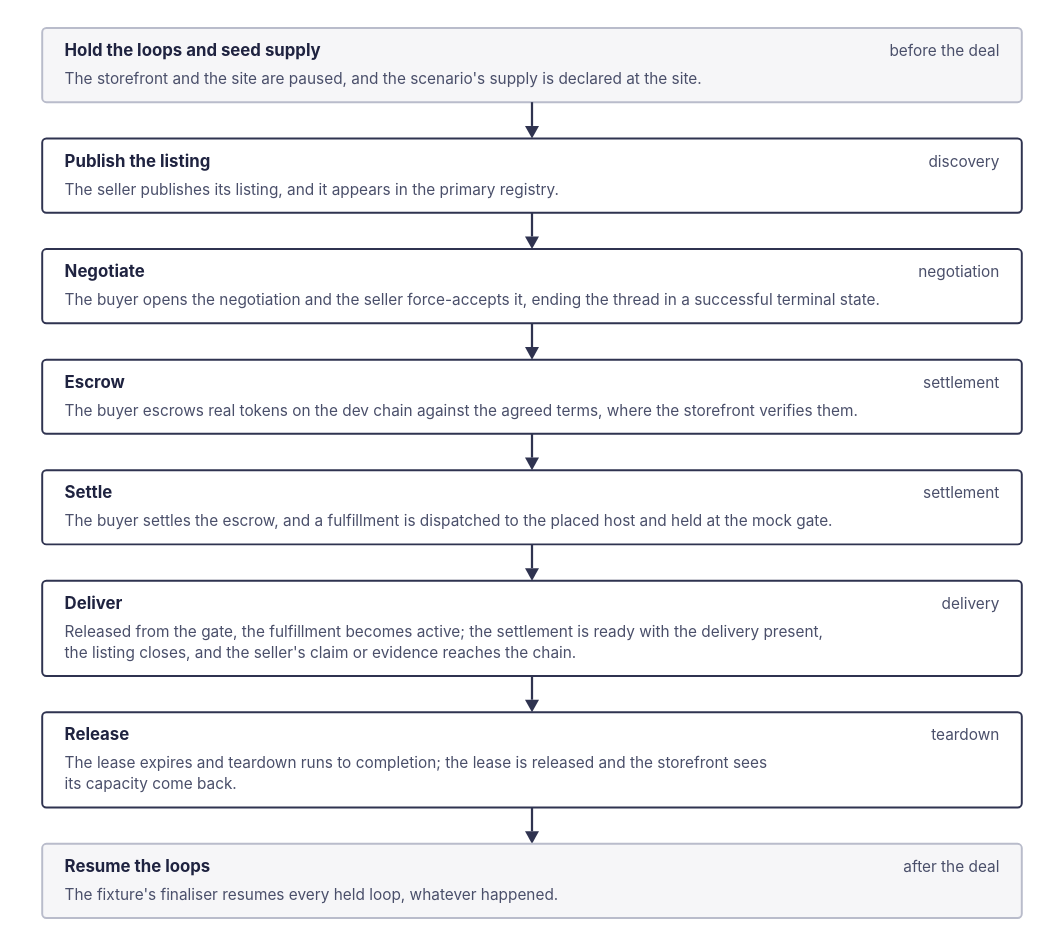
This is docs/development/diagrams/e2e-compute-deal.svg from arkhai-io/simple-compute-market, a draw.io export, as it was before one commit. Source tidied: cells renumbered, new cells last; positions are measured from the earlier drawing's top-left corner, leaving out a move shared by most shapes. The source it was exported from:
```xml
<mxGraphModel>
  <root>
    <mxCell id="0" />
    <mxCell id="1" parent="0" />
    <mxCell id="2" style="rounded=1;arcSize=6;whiteSpace=wrap;html=1;fillColor=#f6f6f8;strokeColor=#b9bccb;strokeWidth=1.4;dashed=0;" parent="1" vertex="1">
      <mxGeometry width="700" height="53" as="geometry" />
    </mxCell>
    <mxCell id="3" value="Hold the loops and seed supply" style="text;html=1;align=left;verticalAlign=middle;whiteSpace=nowrap;fontSize=12;fontColor=#1f2340;fontStyle=1;fontFamily=Helvetica;" parent="1" vertex="1">
      <mxGeometry x="16" y="8" width="235.2" height="18" as="geometry" />
    </mxCell>
    <mxCell id="4" value="before the deal" style="text;html=1;align=right;verticalAlign=middle;whiteSpace=nowrap;fontSize=11;fontColor=#4a4f6a;fontStyle=0;fontFamily=Helvetica;" parent="1" vertex="1">
      <mxGeometry x="569.7" y="9" width="114.3" height="17" as="geometry" />
    </mxCell>
    <mxCell id="5" value="The storefront and the site are paused, and the scenario's supply is declared at the site." style="text;html=1;align=left;verticalAlign=middle;whiteSpace=nowrap;fontSize=11;fontColor=#4a4f6a;fontStyle=0;fontFamily=Helvetica;" parent="1" vertex="1">
      <mxGeometry x="16" y="29" width="625.8" height="17" as="geometry" />
    </mxCell>
    <mxCell id="6" style="endArrow=block;endFill=1;strokeColor=#2f3350;strokeWidth=1.6;html=1;dashed=0;" parent="1" edge="1">
      <mxGeometry relative="1" as="geometry">
        <mxPoint x="350" y="53" as="sourcePoint" />
        <mxPoint x="350" y="79" as="targetPoint" />
      </mxGeometry>
    </mxCell>
    <mxCell id="7" style="rounded=1;arcSize=6;whiteSpace=wrap;html=1;fillColor=#ffffff;strokeColor=#2f3350;strokeWidth=1.4;dashed=0;" parent="1" vertex="1">
      <mxGeometry y="79" width="700" height="53" as="geometry" />
    </mxCell>
    <mxCell id="8" value="Publish the listing" style="text;html=1;align=left;verticalAlign=middle;whiteSpace=nowrap;fontSize=12;fontColor=#1f2340;fontStyle=1;fontFamily=Helvetica;" parent="1" vertex="1">
      <mxGeometry x="16" y="87" width="153.4" height="18" as="geometry" />
    </mxCell>
    <mxCell id="9" value="discovery" style="text;html=1;align=right;verticalAlign=middle;whiteSpace=nowrap;fontSize=11;fontColor=#4a4f6a;fontStyle=0;fontFamily=Helvetica;" parent="1" vertex="1">
      <mxGeometry x="610.6" y="88" width="73.4" height="17" as="geometry" />
    </mxCell>
    <mxCell id="10" value="The seller publishes its listing, and it appears in the primary registry." style="text;html=1;align=left;verticalAlign=middle;whiteSpace=nowrap;fontSize=11;fontColor=#4a4f6a;fontStyle=0;fontFamily=Helvetica;" parent="1" vertex="1">
      <mxGeometry x="16" y="108" width="509.9" height="17" as="geometry" />
    </mxCell>
    <mxCell id="11" style="endArrow=block;endFill=1;strokeColor=#2f3350;strokeWidth=1.6;html=1;dashed=0;" parent="1" edge="1">
      <mxGeometry relative="1" as="geometry">
        <mxPoint x="350" y="132" as="sourcePoint" />
        <mxPoint x="350" y="158" as="targetPoint" />
      </mxGeometry>
    </mxCell>
    <mxCell id="12" style="rounded=1;arcSize=6;whiteSpace=wrap;html=1;fillColor=#ffffff;strokeColor=#2f3350;strokeWidth=1.4;dashed=0;" parent="1" vertex="1">
      <mxGeometry y="158" width="700" height="53" as="geometry" />
    </mxCell>
    <mxCell id="13" value="Negotiate" style="text;html=1;align=left;verticalAlign=middle;whiteSpace=nowrap;fontSize=12;fontColor=#1f2340;fontStyle=1;fontFamily=Helvetica;" parent="1" vertex="1">
      <mxGeometry x="16" y="166" width="79" height="18" as="geometry" />
    </mxCell>
    <mxCell id="14" value="negotiation" style="text;html=1;align=right;verticalAlign=middle;whiteSpace=nowrap;fontSize=11;fontColor=#4a4f6a;fontStyle=0;fontFamily=Helvetica;" parent="1" vertex="1">
      <mxGeometry x="597" y="167" width="87" height="17" as="geometry" />
    </mxCell>
    <mxCell id="15" value="The buyer opens the negotiation and the seller force-accepts it, ending the thread in a successful terminal state." style="text;html=1;align=left;verticalAlign=middle;whiteSpace=nowrap;fontSize=11;fontColor=#4a4f6a;fontStyle=0;fontFamily=Helvetica;" parent="1" vertex="1">
      <mxGeometry x="16" y="187" width="789.5" height="17" as="geometry" />
    </mxCell>
    <mxCell id="16" style="endArrow=block;endFill=1;strokeColor=#2f3350;strokeWidth=1.6;html=1;dashed=0;" parent="1" edge="1">
      <mxGeometry relative="1" as="geometry">
        <mxPoint x="350" y="211" as="sourcePoint" />
        <mxPoint x="350" y="237" as="targetPoint" />
      </mxGeometry>
    </mxCell>
    <mxCell id="17" style="rounded=1;arcSize=6;whiteSpace=wrap;html=1;fillColor=#ffffff;strokeColor=#2f3350;strokeWidth=1.4;dashed=0;" parent="1" vertex="1">
      <mxGeometry y="237" width="700" height="53" as="geometry" />
    </mxCell>
    <mxCell id="18" value="Escrow" style="text;html=1;align=left;verticalAlign=middle;whiteSpace=nowrap;fontSize=12;fontColor=#1f2340;fontStyle=1;fontFamily=Helvetica;" parent="1" vertex="1">
      <mxGeometry x="16" y="245" width="56.6" height="18" as="geometry" />
    </mxCell>
    <mxCell id="19" value="settlement" style="text;html=1;align=right;verticalAlign=middle;whiteSpace=nowrap;fontSize=11;fontColor=#4a4f6a;fontStyle=0;fontFamily=Helvetica;" parent="1" vertex="1">
      <mxGeometry x="603.8" y="246" width="80.2" height="17" as="geometry" />
    </mxCell>
    <mxCell id="20" value="The buyer escrows real tokens on the dev chain against the agreed terms, where the storefront verifies them." style="text;html=1;align=left;verticalAlign=middle;whiteSpace=nowrap;fontSize=11;fontColor=#4a4f6a;fontStyle=0;fontFamily=Helvetica;" parent="1" vertex="1">
      <mxGeometry x="16" y="266" width="748.6" height="17" as="geometry" />
    </mxCell>
    <mxCell id="21" style="endArrow=block;endFill=1;strokeColor=#2f3350;strokeWidth=1.6;html=1;dashed=0;" parent="1" edge="1">
      <mxGeometry relative="1" as="geometry">
        <mxPoint x="350" y="290" as="sourcePoint" />
        <mxPoint x="350" y="316" as="targetPoint" />
      </mxGeometry>
    </mxCell>
    <mxCell id="22" style="rounded=1;arcSize=6;whiteSpace=wrap;html=1;fillColor=#ffffff;strokeColor=#2f3350;strokeWidth=1.4;dashed=0;" parent="1" vertex="1">
      <mxGeometry y="316" width="700" height="53" as="geometry" />
    </mxCell>
    <mxCell id="23" value="Settle" style="text;html=1;align=left;verticalAlign=middle;whiteSpace=nowrap;fontSize=12;fontColor=#1f2340;fontStyle=1;fontFamily=Helvetica;" parent="1" vertex="1">
      <mxGeometry x="16" y="324" width="56.6" height="18" as="geometry" />
    </mxCell>
    <mxCell id="24" value="settlement" style="text;html=1;align=right;verticalAlign=middle;whiteSpace=nowrap;fontSize=11;fontColor=#4a4f6a;fontStyle=0;fontFamily=Helvetica;" parent="1" vertex="1">
      <mxGeometry x="603.8" y="325" width="80.2" height="17" as="geometry" />
    </mxCell>
    <mxCell id="25" value="The buyer settles the escrow, and a fulfillment is dispatched to the placed host and held at the mock gate." style="text;html=1;align=left;verticalAlign=middle;whiteSpace=nowrap;fontSize=11;fontColor=#4a4f6a;fontStyle=0;fontFamily=Helvetica;" parent="1" vertex="1">
      <mxGeometry x="16" y="345" width="741.7" height="17" as="geometry" />
    </mxCell>
    <mxCell id="26" style="endArrow=block;endFill=1;strokeColor=#2f3350;strokeWidth=1.6;html=1;dashed=0;" parent="1" edge="1">
      <mxGeometry relative="1" as="geometry">
        <mxPoint x="350" y="369" as="sourcePoint" />
        <mxPoint x="350" y="395" as="targetPoint" />
      </mxGeometry>
    </mxCell>
    <mxCell id="27" style="rounded=1;arcSize=6;whiteSpace=wrap;html=1;fillColor=#ffffff;strokeColor=#2f3350;strokeWidth=1.4;dashed=0;" parent="1" vertex="1">
      <mxGeometry y="395" width="700" height="68" as="geometry" />
    </mxCell>
    <mxCell id="28" value="Deliver" style="text;html=1;align=left;verticalAlign=middle;whiteSpace=nowrap;fontSize=12;fontColor=#1f2340;fontStyle=1;fontFamily=Helvetica;" parent="1" vertex="1">
      <mxGeometry x="16" y="403" width="64.1" height="18" as="geometry" />
    </mxCell>
    <mxCell id="29" value="delivery" style="text;html=1;align=right;verticalAlign=middle;whiteSpace=nowrap;fontSize=11;fontColor=#4a4f6a;fontStyle=0;fontFamily=Helvetica;" parent="1" vertex="1">
      <mxGeometry x="617.4" y="404" width="66.6" height="17" as="geometry" />
    </mxCell>
    <mxCell id="30" value="Released from the gate, the fulfillment becomes active; the settlement is ready with the delivery present," style="text;html=1;align=left;verticalAlign=middle;whiteSpace=nowrap;fontSize=11;fontColor=#4a4f6a;fontStyle=0;fontFamily=Helvetica;" parent="1" vertex="1">
      <mxGeometry x="16" y="424" width="734.9" height="17" as="geometry" />
    </mxCell>
    <mxCell id="31" value="the listing closes, and the seller's claim or evidence reaches the chain." style="text;html=1;align=left;verticalAlign=middle;whiteSpace=nowrap;fontSize=11;fontColor=#4a4f6a;fontStyle=0;fontFamily=Helvetica;" parent="1" vertex="1">
      <mxGeometry x="16" y="439" width="509.9" height="17" as="geometry" />
    </mxCell>
    <mxCell id="32" style="endArrow=block;endFill=1;strokeColor=#2f3350;strokeWidth=1.6;html=1;dashed=0;" parent="1" edge="1">
      <mxGeometry relative="1" as="geometry">
        <mxPoint x="350" y="463" as="sourcePoint" />
        <mxPoint x="350" y="489" as="targetPoint" />
      </mxGeometry>
    </mxCell>
    <mxCell id="33" style="rounded=1;arcSize=6;whiteSpace=wrap;html=1;fillColor=#ffffff;strokeColor=#2f3350;strokeWidth=1.4;dashed=0;" parent="1" vertex="1">
      <mxGeometry y="489" width="700" height="68" as="geometry" />
    </mxCell>
    <mxCell id="34" value="Release" style="text;html=1;align=left;verticalAlign=middle;whiteSpace=nowrap;fontSize=12;fontColor=#1f2340;fontStyle=1;fontFamily=Helvetica;" parent="1" vertex="1">
      <mxGeometry x="16" y="497" width="64.1" height="18" as="geometry" />
    </mxCell>
    <mxCell id="35" value="teardown" style="text;html=1;align=right;verticalAlign=middle;whiteSpace=nowrap;fontSize=11;fontColor=#4a4f6a;fontStyle=0;fontFamily=Helvetica;" parent="1" vertex="1">
      <mxGeometry x="617.4" y="498" width="66.6" height="17" as="geometry" />
    </mxCell>
    <mxCell id="36" value="The lease expires and teardown runs to completion; the lease is released and the storefront sees" style="text;html=1;align=left;verticalAlign=middle;whiteSpace=nowrap;fontSize=11;fontColor=#4a4f6a;fontStyle=0;fontFamily=Helvetica;" parent="1" vertex="1">
      <mxGeometry x="16" y="518" width="666.7" height="17" as="geometry" />
    </mxCell>
    <mxCell id="37" value="its capacity come back." style="text;html=1;align=left;verticalAlign=middle;whiteSpace=nowrap;fontSize=11;fontColor=#4a4f6a;fontStyle=0;fontFamily=Helvetica;" parent="1" vertex="1">
      <mxGeometry x="16" y="533" width="168.9" height="17" as="geometry" />
    </mxCell>
    <mxCell id="38" style="endArrow=block;endFill=1;strokeColor=#2f3350;strokeWidth=1.6;html=1;dashed=0;" parent="1" edge="1">
      <mxGeometry relative="1" as="geometry">
        <mxPoint x="350" y="557" as="sourcePoint" />
        <mxPoint x="350" y="583" as="targetPoint" />
      </mxGeometry>
    </mxCell>
    <mxCell id="39" style="rounded=1;arcSize=6;whiteSpace=wrap;html=1;fillColor=#f6f6f8;strokeColor=#b9bccb;strokeWidth=1.4;dashed=0;" parent="1" vertex="1">
      <mxGeometry y="583" width="700" height="53" as="geometry" />
    </mxCell>
    <mxCell id="40" value="Resume the loops" style="text;html=1;align=left;verticalAlign=middle;whiteSpace=nowrap;fontSize=12;fontColor=#1f2340;fontStyle=1;fontFamily=Helvetica;" parent="1" vertex="1">
      <mxGeometry x="16" y="591" width="131" height="18" as="geometry" />
    </mxCell>
    <mxCell id="41" value="after the deal" style="text;html=1;align=right;verticalAlign=middle;whiteSpace=nowrap;fontSize=11;fontColor=#4a4f6a;fontStyle=0;fontFamily=Helvetica;" parent="1" vertex="1">
      <mxGeometry x="576.5" y="592" width="107.5" height="17" as="geometry" />
    </mxCell>
    <mxCell id="42" value="The fixture's finaliser resumes every held loop, whatever happened." style="text;html=1;align=left;verticalAlign=middle;whiteSpace=nowrap;fontSize=11;fontColor=#4a4f6a;fontStyle=0;fontFamily=Helvetica;" parent="1" vertex="1">
      <mxGeometry x="16" y="612" width="468.9" height="17" as="geometry" />
    </mxCell>
  </root>
</mxGraphModel>
```
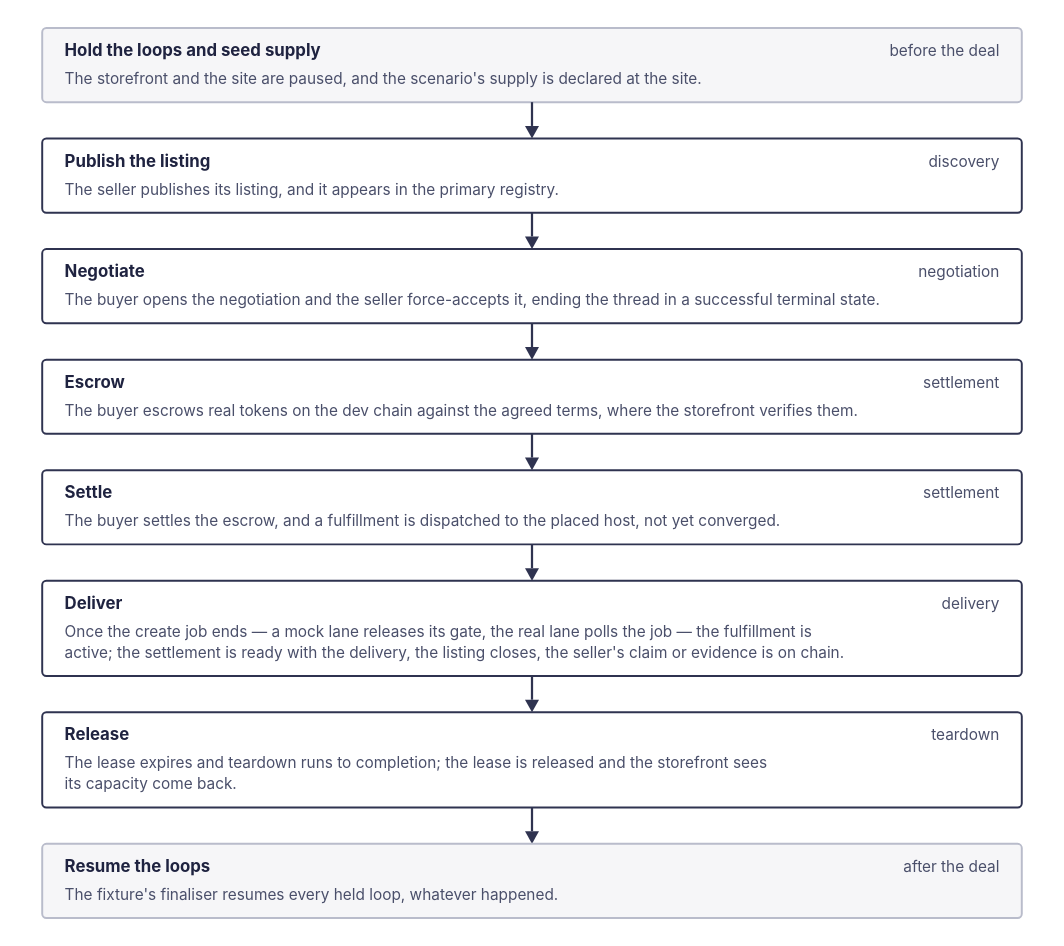
Later version of the same file.

What changed in the source:
```diff
@@ -83,7 +83,7 @@
     <mxCell id="24" value="settlement" style="text;html=1;align=right;verticalAlign=middle;whiteSpace=nowrap;fontSize=11;fontColor=#4a4f6a;fontStyle=0;fontFamily=Helvetica;" parent="1" vertex="1">
       <mxGeometry x="603.8" y="325" width="80.2" height="17" as="geometry" />
     </mxCell>
-    <mxCell id="25" value="The buyer settles the escrow, and a fulfillment is dispatched to the placed host and held at the mock gate." style="text;html=1;align=left;verticalAlign=middle;whiteSpace=nowrap;fontSize=11;fontColor=#4a4f6a;fontStyle=0;fontFamily=Helvetica;" parent="1" vertex="1">
+    <mxCell id="25" value="The buyer settles the escrow, and a fulfillment is dispatched to the placed host, not yet converged." style="text;html=1;align=left;verticalAlign=middle;whiteSpace=nowrap;fontSize=11;fontColor=#4a4f6a;fontStyle=0;fontFamily=Helvetica;" parent="1" vertex="1">
       <mxGeometry x="16" y="345" width="741.7" height="17" as="geometry" />
     </mxCell>
     <mxCell id="26" style="endArrow=block;endFill=1;strokeColor=#2f3350;strokeWidth=1.6;html=1;dashed=0;" parent="1" edge="1">
@@ -101,10 +101,10 @@
     <mxCell id="29" value="delivery" style="text;html=1;align=right;verticalAlign=middle;whiteSpace=nowrap;fontSize=11;fontColor=#4a4f6a;fontStyle=0;fontFamily=Helvetica;" parent="1" vertex="1">
       <mxGeometry x="617.4" y="404" width="66.6" height="17" as="geometry" />
     </mxCell>
-    <mxCell id="30" value="Released from the gate, the fulfillment becomes active; the settlement is ready with the delivery present," style="text;html=1;align=left;verticalAlign=middle;whiteSpace=nowrap;fontSize=11;fontColor=#4a4f6a;fontStyle=0;fontFamily=Helvetica;" parent="1" vertex="1">
+    <mxCell id="30" value="Once the create job ends — a mock lane releases its gate, the real lane polls the job — the fulfillment is" style="text;html=1;align=left;verticalAlign=middle;whiteSpace=nowrap;fontSize=11;fontColor=#4a4f6a;fontStyle=0;fontFamily=Helvetica;" parent="1" vertex="1">
       <mxGeometry x="16" y="424" width="734.9" height="17" as="geometry" />
     </mxCell>
-    <mxCell id="31" value="the listing closes, and the seller's claim or evidence reaches the chain." style="text;html=1;align=left;verticalAlign=middle;whiteSpace=nowrap;fontSize=11;fontColor=#4a4f6a;fontStyle=0;fontFamily=Helvetica;" parent="1" vertex="1">
+    <mxCell id="31" value="active; the settlement is ready with the delivery, the listing closes, the seller's claim or evidence is on chain." style="text;html=1;align=left;verticalAlign=middle;whiteSpace=nowrap;fontSize=11;fontColor=#4a4f6a;fontStyle=0;fontFamily=Helvetica;" parent="1" vertex="1">
       <mxGeometry x="16" y="439" width="509.9" height="17" as="geometry" />
     </mxCell>
     <mxCell id="32" style="endArrow=block;endFill=1;strokeColor=#2f3350;strokeWidth=1.6;html=1;dashed=0;" parent="1" edge="1">
```
